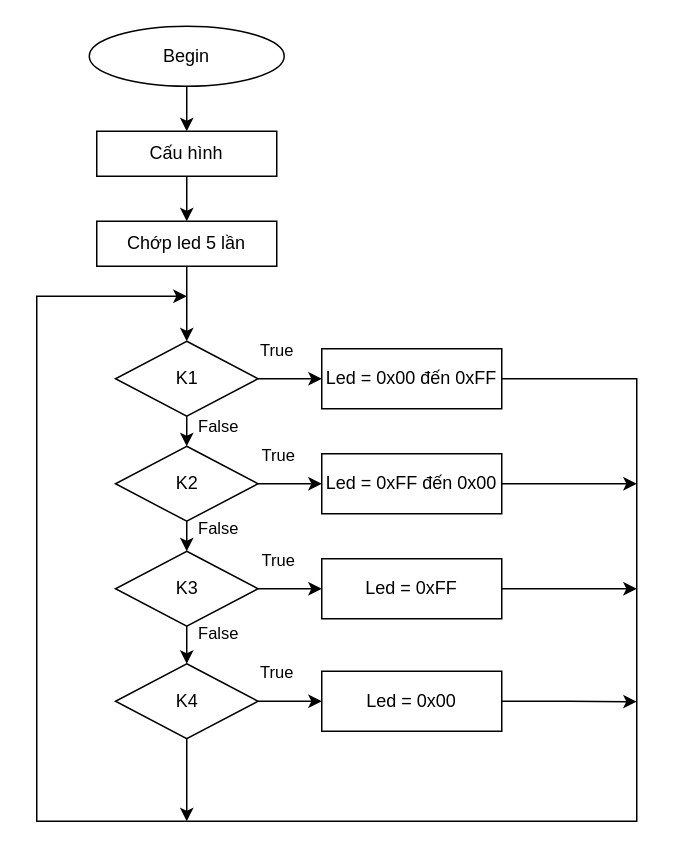
Above: Flowchart/TT_1d.drawio in w1102/CN581 (draw.io), before the change. Source tidied: cells renumbered, new cells numbered last; positions are measured from the earlier drawing's top-left corner, leaving out a move shared by most shapes. Both pictures are drawn from the tidied source at 150%, with x=0, y=0 at pixel (36, 26).
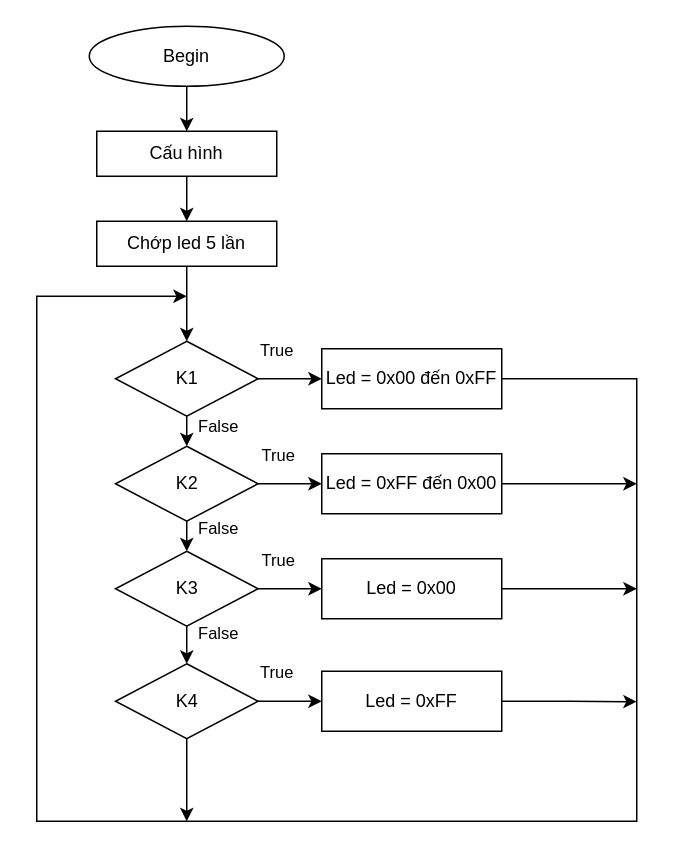
After the change.

Change to the diagram source:
```diff
@@
-    <mxCell id="25" value="Led = 0xFF" style="rounded=0;whiteSpace=wrap;html=1;labelBackgroundColor=none;fillColor=none;" parent="1" vertex="1">
+    <mxCell id="25" value="Led = 0x00" style="rounded=0;whiteSpace=wrap;html=1;labelBackgroundColor=none;fillColor=none;" parent="1" vertex="1">
       <mxGeometry x="190" y="355" width="120" height="40" as="geometry" />
     </mxCell>
@@
-    <mxCell id="31" value="Led = 0x00" style="rounded=0;whiteSpace=wrap;html=1;labelBackgroundColor=none;fillColor=none;" parent="1" vertex="1">
+    <mxCell id="31" value="Led = 0xFF" style="rounded=0;whiteSpace=wrap;html=1;labelBackgroundColor=none;fillColor=none;" parent="1" vertex="1">
       <mxGeometry x="190" y="430" width="120" height="40" as="geometry" />
     </mxCell>
```
